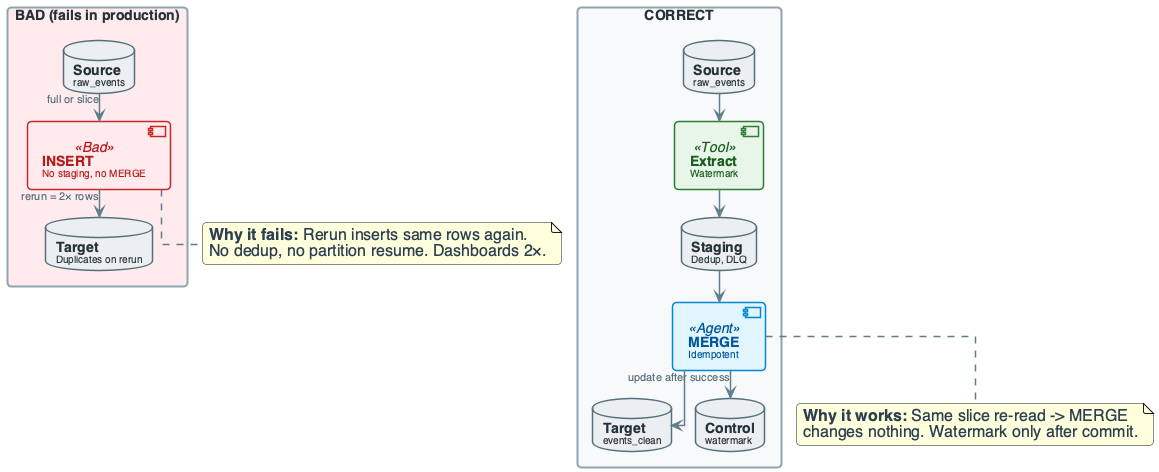
Before: diagrams/week04/week4_lecture_bad_architecture.png, a diagram exported from PlantUML (OrPerets/data-engineering-course).
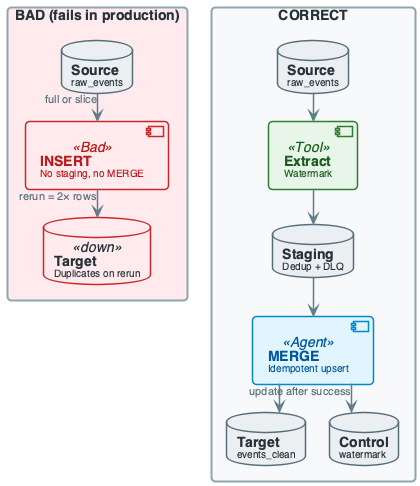
The same diagram one commit later.

Change to the diagram source:
```diff
@@ -121,7 +121,7 @@
 rectangle "BAD (fails in production)" #FFEBEE {
     database "**Source**\n<size:10>raw_events</size>" as SRC_BAD
     component "**INSERT**\n<size:10>No staging, no MERGE</size>" as INS_BAD <<Bad>>
-    database "**Target**\n<size:10>Duplicates on rerun</size>" as TGT_BAD
+    database "**Target**\n<size:10>Duplicates on rerun</size>" as TGT_BAD <<down>>
 }
 SRC_BAD --> INS_BAD : "full or slice"
 INS_BAD --> TGT_BAD : "rerun = 2× rows"
@@ -129,8 +129,8 @@
 rectangle "CORRECT" #F8F9FA {
     database "**Source**\n<size:10>raw_events</size>" as SRC_OK
     component "**Extract**\n<size:10>Watermark</size>" as EXT <<Tool>>
-    database "**Staging**\n<size:10>Dedup, DLQ</size>" as STG
-    component "**MERGE**\n<size:10>Idempotent</size>" as MERGE <<Agent>>
+    database "**Staging**\n<size:10>Dedup + DLQ</size>" as STG
+    component "**MERGE**\n<size:10>Idempotent upsert</size>" as MERGE <<Agent>>
     database "**Target**\n<size:10>events_clean</size>" as TGT_OK
     database "**Control**\n<size:10>watermark</size>" as CTRL
 }
@@ -140,14 +140,4 @@
 MERGE --> TGT_OK
 MERGE --> CTRL : "update after success"
 
-note bottom of INS_BAD
-  **Why it fails:** Rerun inserts same rows again.
-  No dedup, no partition resume. Dashboards 2×.
-end note
-
-note bottom of MERGE
-  **Why it works:** Same slice re-read -> MERGE
-  changes nothing. Watermark only after commit.
-end note
-
 @enduml
```
